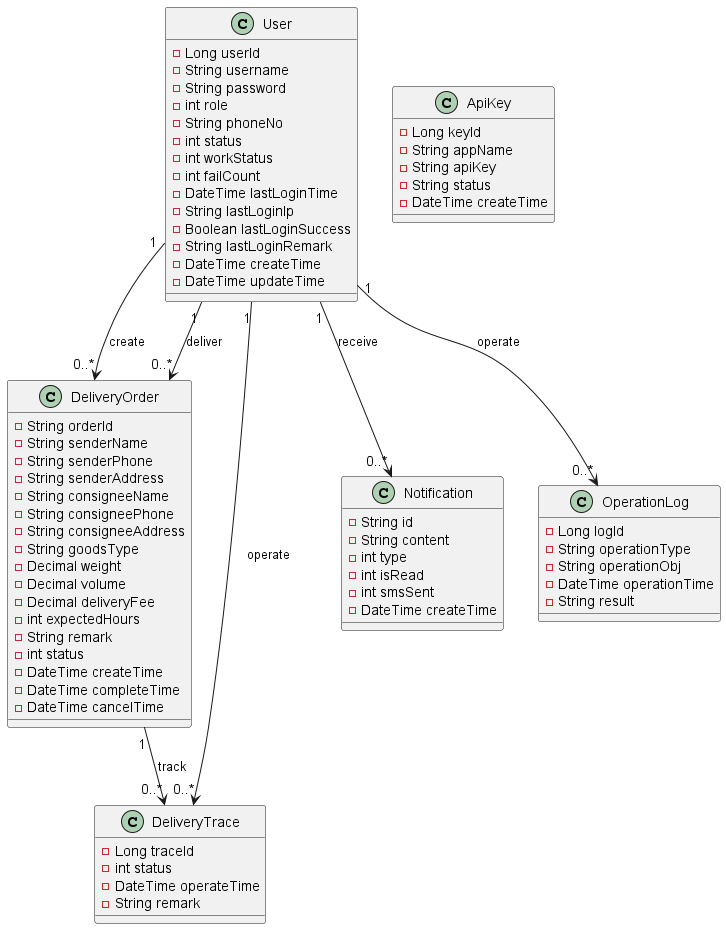
LHkeeper666/city-delivery-system keeps this PlantUML diagram as docs/uml类图.png. Above is the earlier version.
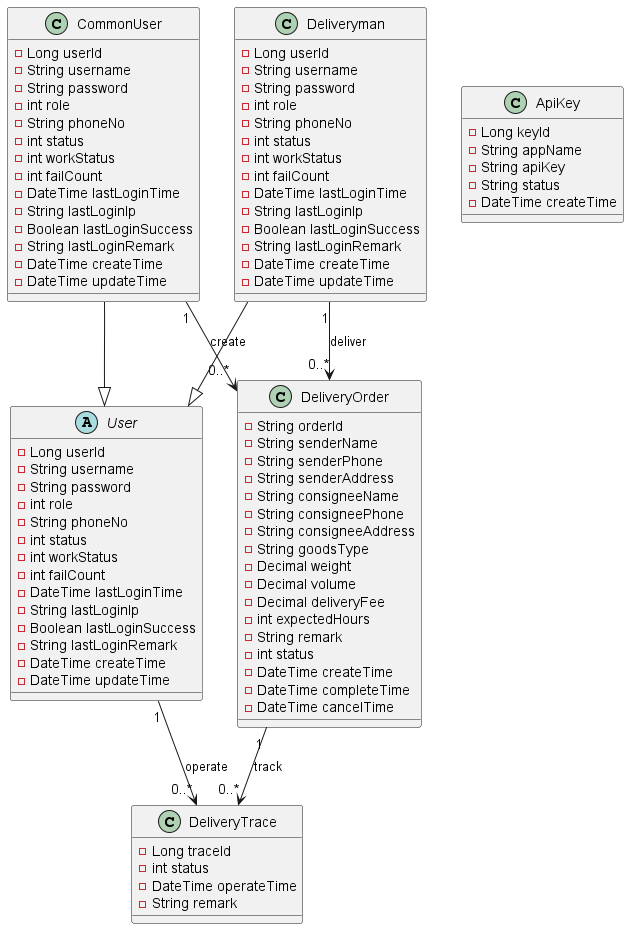
The same file after the commit.

Commit message:
docs: 更新图表和相关的说明文档

The edit, as a diff of the source:
```diff
@@ -1,5 +1,39 @@
-@startuml
-class User {
+@startuml 系统模型
+abstract class User {
+  -Long userId
+  -String username
+  -String password
+  -int role
+  -String phoneNo
+  -int status
+  -int workStatus
+  -int failCount
+  -DateTime lastLoginTime
+  -String lastLoginIp
+  -Boolean lastLoginSuccess
+  -String lastLoginRemark
+  -DateTime createTime
+  -DateTime updateTime
+}
+
+class CommonUser {
+  -Long userId
+  -String username
+  -String password
+  -int role
+  -String phoneNo
+  -int status
+  -int workStatus
+  -int failCount
+  -DateTime lastLoginTime
+  -String lastLoginIp
+  -Boolean lastLoginSuccess
+  -String lastLoginRemark
+  -DateTime createTime
+  -DateTime updateTime
+}
+
+class Deliveryman {
   -Long userId
   -String username
   -String password
@@ -43,22 +77,7 @@
   -String remark
 }
 
-class Notification {
-  -String id
-  -String content
-  -int type
-  -int isRead
-  -int smsSent
-  -DateTime createTime
-}
 
-class OperationLog {
-  -Long logId
-  -String operationType
-  -String operationObj
-  -DateTime operationTime
-  -String result
-}
 
 class ApiKey {
   -Long keyId
@@ -68,10 +87,10 @@
   -DateTime createTime
 }
 
-User "1" --> "0..*" DeliveryOrder : create
-User "1" --> "0..*" DeliveryOrder : deliver
+CommonUser "1" --> "0..*" DeliveryOrder : create
+Deliveryman "1" --> "0..*" DeliveryOrder : deliver
 User "1" --> "0..*" DeliveryTrace : operate
-User "1" --> "0..*" Notification : receive
-User "1" --> "0..*" OperationLog : operate
 DeliveryOrder "1" --> "0..*" DeliveryTrace : track
+CommonUser --|> User
+Deliveryman --|> User
 @enduml
```
